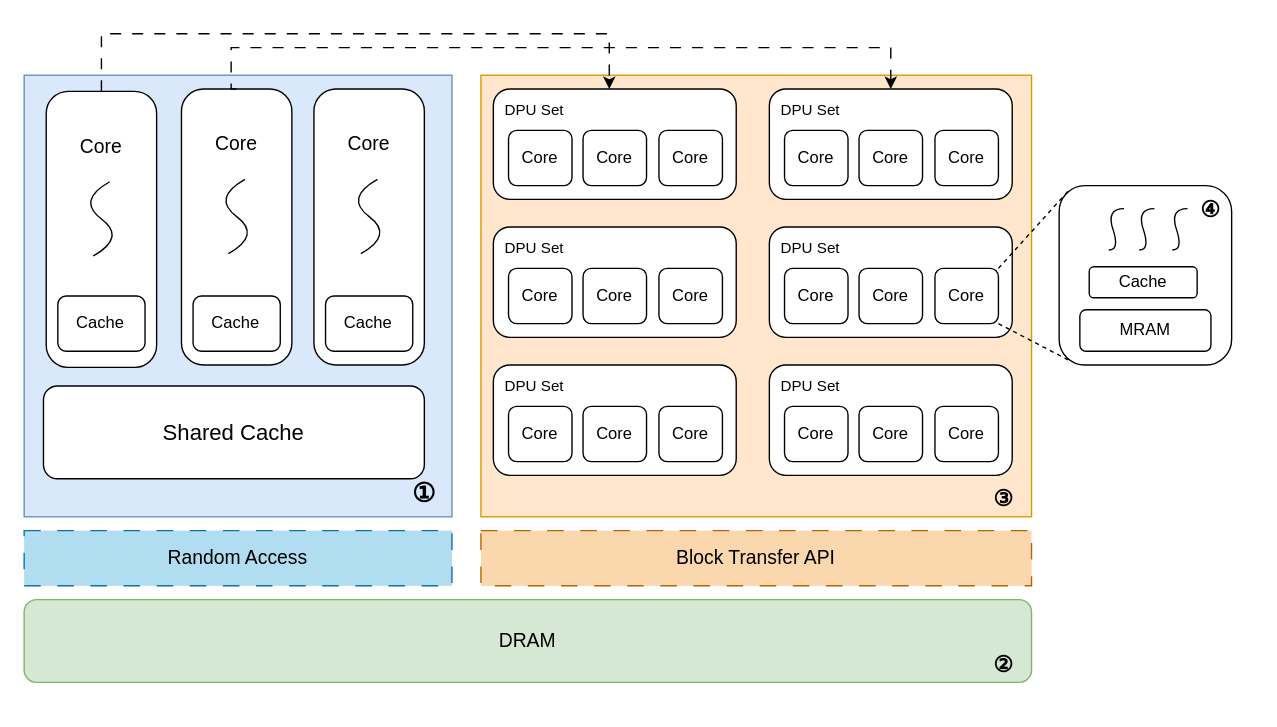
Above: p1.drawio in cnissnzg/picture (draw.io), before the change. Source tidied: cells renumbered, new cells numbered last; positions are measured from the earlier drawing's top-left corner, leaving out a move shared by most shapes. Both pictures are drawn from the tidied source at 138%, with x=0, y=0 at pixel (23, 33).
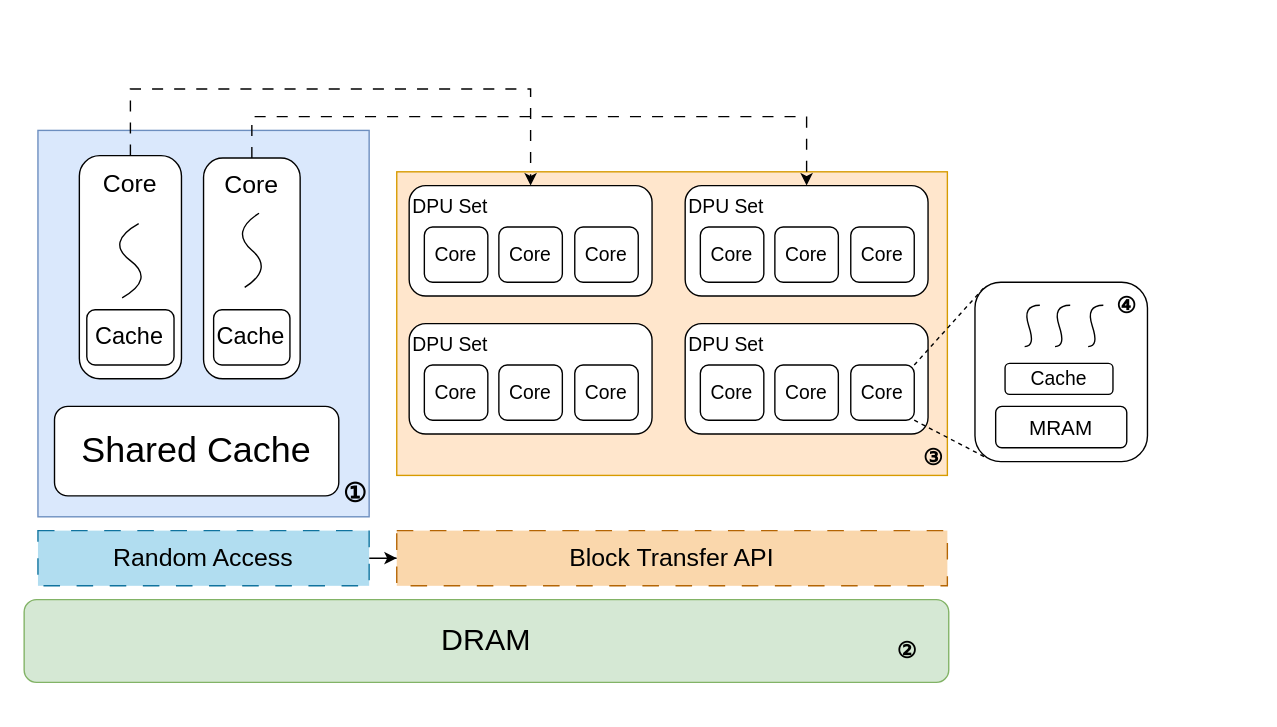
The same diagram, later.

The change refers to these unchanged cells:
```xml
<mxCell id="15" style="rounded=1;whiteSpace=wrap;html=1;" parent="14" vertex="1">
  <mxGeometry width="176" height="80" as="geometry" />
</mxCell>
<mxCell id="21" style="rounded=1;whiteSpace=wrap;html=1;" parent="20" vertex="1">
  <mxGeometry width="176" height="80" as="geometry" />
</mxCell>
```

Diff of the diagram source:
```diff
@@
     <mxCell id="2" style="rounded=0;whiteSpace=wrap;html=1;fillColor=#ffe6cc;strokeColor=#d79b00;" parent="1" vertex="1">
-      <mxGeometry x="331" y="30" width="399" height="320" as="geometry" />
+      <mxGeometry x="270" y="100" width="399" height="220" as="geometry" />
     </mxCell>
     <mxCell id="3" style="rounded=0;whiteSpace=wrap;html=1;fillColor=#dae8fc;strokeColor=#6c8ebf;" parent="1" vertex="1">
-      <mxGeometry y="30" width="310" height="320" as="geometry" />
+      <mxGeometry x="10" y="70" width="240" height="280" as="geometry" />
     </mxCell>
-    <mxCell id="4" value="&lt;font style=&quot;font-size: 16px;&quot;&gt;Shared Cache&lt;/font&gt;" style="rounded=1;whiteSpace=wrap;html=1;" parent="1" vertex="1">
-      <mxGeometry x="14" y="255.2" width="276" height="67.2" as="geometry" />
+    <mxCell id="4" value="&lt;font style=&quot;font-size: 26px;&quot;&gt;Shared Cache&lt;/font&gt;" style="rounded=1;whiteSpace=wrap;html=1;" parent="1" vertex="1">
+      <mxGeometry x="22" y="270" width="206" height="64.8" as="geometry" />
     </mxCell>
-    <mxCell id="5" value="&lt;font style=&quot;font-size: 14px;&quot;&gt;DRAM&lt;/font&gt;" style="rounded=1;whiteSpace=wrap;html=1;fillColor=#d5e8d4;strokeColor=#82b366;" parent="1" vertex="1">
-      <mxGeometry y="410" width="730" height="60" as="geometry" />
+    <mxCell id="5" value="&lt;font style=&quot;font-size: 22px;&quot;&gt;DRAM&lt;/font&gt;" style="rounded=1;whiteSpace=wrap;html=1;fillColor=#d5e8d4;strokeColor=#82b366;" parent="1" vertex="1">
+      <mxGeometry y="410" width="670" height="60" as="geometry" />
     </mxCell>
     <mxCell id="6" style="group;" parent="1" vertex="1">
-      <mxGeometry x="114" y="40" width="80" height="200" as="geometry" />
+      <mxGeometry x="130" y="50" width="70" height="200" as="geometry" />
     </mxCell>
-    <mxCell id="7" value="&lt;font style=&quot;font-size: 14px;&quot;&gt;Core&lt;/font&gt;" style="rounded=1;whiteSpace=wrap;html=1;spacingTop=0;spacingBottom=120;arcSize=20;spacingLeft=0;" parent="6" vertex="1">
-      <mxGeometry width="80" height="200" as="geometry" />
+    <mxCell id="7" value="&lt;font style=&quot;font-size: 18px;&quot;&gt;Core&lt;/font&gt;" style="rounded=1;whiteSpace=wrap;html=1;spacingTop=0;spacingBottom=120;arcSize=20;spacingLeft=0;" parent="6" vertex="1">
+      <mxGeometry y="40" width="70" height="160" as="geometry" />
     </mxCell>
     <mxCell id="8" style="curved=1;endArrow=none;html=1;rounded=0;endFill=0;" parent="6" edge="1">
       <mxGeometry relative="1" as="geometry">
-        <mxPoint x="34" y="119.3" as="sourcePoint" />
-        <mxPoint x="46" y="65.5" as="targetPoint" />
+        <mxPoint x="29.8" y="133.8" as="sourcePoint" />
+        <mxPoint x="40.2" y="80" as="targetPoint" />
         <Array as="points">
-          <mxPoint x="58" y="105.9" />
-          <mxPoint x="22" y="79" />
+          <mxPoint x="50.8" y="120.3" />
+          <mxPoint x="19.2" y="93.4" />
         </Array>
       </mxGeometry>
     </mxCell>
-    <mxCell id="9" value="Cache" style="rounded=1;whiteSpace=wrap;html=1;" parent="6" vertex="1">
-      <mxGeometry x="8.4" y="150" width="63.2" height="40" as="geometry" />
+    <mxCell id="9" value="&lt;font style=&quot;font-size: 17px;&quot;&gt;Cache&lt;/font&gt;" style="rounded=1;whiteSpace=wrap;html=1;" parent="6" vertex="1">
+      <mxGeometry x="7.3" y="150" width="55.3" height="40" as="geometry" />
     </mxCell>
-    <mxCell id="10" style="group;" parent="1" vertex="1">
-      <mxGeometry x="210" y="40" width="80" height="200" as="geometry" />
-    </mxCell>
-    <mxCell id="11" value="&lt;font style=&quot;font-size: 14px;&quot;&gt;Core&lt;/font&gt;" style="rounded=1;whiteSpace=wrap;html=1;spacingTop=0;spacingBottom=120;arcSize=20;spacingLeft=0;" parent="10" vertex="1">
-      <mxGeometry width="80" height="200" as="geometry" />
-    </mxCell>
-    <mxCell id="12" style="curved=1;endArrow=none;html=1;rounded=0;endFill=0;" parent="10" edge="1">
-      <mxGeometry relative="1" as="geometry">
-        <mxPoint x="34" y="119.3" as="sourcePoint" />
-        <mxPoint x="46" y="65.5" as="targetPoint" />
-        <Array as="points">
-          <mxPoint x="58" y="105.9" />
-          <mxPoint x="22" y="79" />
-        </Array>
-      </mxGeometry>
-    </mxCell>
-    <mxCell id="13" value="Cache" style="rounded=1;whiteSpace=wrap;html=1;" parent="10" vertex="1">
-      <mxGeometry x="8.4" y="150" width="63.2" height="40" as="geometry" />
-    </mxCell>
     <mxCell id="14" style="group;" parent="1" vertex="1">
-      <mxGeometry x="340" y="40" width="176" height="80" as="geometry" />
+      <mxGeometry x="279" y="110" width="176" height="80" as="geometry" />
     </mxCell>
@@
-    <mxCell id="16" value="&lt;font style=&quot;font-size: 11px;&quot;&gt;DPU Set&lt;/font&gt;" style="text;html=1;strokeColor=none;fillColor=none;align=center;verticalAlign=middle;whiteSpace=wrap;rounded=0;fontSize=8;" parent="14" vertex="1">
+    <mxCell id="16" value="&lt;font style=&quot;font-size: 14px;&quot;&gt;DPU Set&lt;/font&gt;" style="text;html=1;strokeColor=none;fillColor=none;align=center;verticalAlign=middle;whiteSpace=wrap;rounded=0;fontSize=8;" parent="14" vertex="1">
       <mxGeometry width="60" height="30" as="geometry" />
     </mxCell>
-    <mxCell id="17" value="Core" style="rounded=1;whiteSpace=wrap;html=1;" parent="14" vertex="1">
+    <mxCell id="17" value="&lt;font style=&quot;font-size: 14px;&quot;&gt;Core&lt;/font&gt;" style="rounded=1;whiteSpace=wrap;html=1;" parent="14" vertex="1">
       <mxGeometry x="11" y="30" width="46" height="40" as="geometry" />
     </mxCell>
-    <mxCell id="18" value="Core" style="rounded=1;whiteSpace=wrap;html=1;" parent="14" vertex="1">
+    <mxCell id="18" value="&lt;font style=&quot;font-size: 14px;&quot;&gt;Core&lt;/font&gt;" style="rounded=1;whiteSpace=wrap;html=1;" parent="14" vertex="1">
       <mxGeometry x="65" y="30" width="46" height="40" as="geometry" />
     </mxCell>
-    <mxCell id="19" value="Core" style="rounded=1;whiteSpace=wrap;html=1;" parent="14" vertex="1">
+    <mxCell id="19" value="&lt;font style=&quot;font-size: 14px;&quot;&gt;Core&lt;/font&gt;" style="rounded=1;whiteSpace=wrap;html=1;" parent="14" vertex="1">
       <mxGeometry x="120" y="30" width="46" height="40" as="geometry" />
     </mxCell>
     <mxCell id="20" style="group;" parent="1" vertex="1">
-      <mxGeometry x="540" y="40" width="176" height="80" as="geometry" />
+      <mxGeometry x="479" y="110" width="176" height="80" as="geometry" />
     </mxCell>
@@
-    <mxCell id="22" value="&lt;font style=&quot;font-size: 11px;&quot;&gt;DPU Set&lt;/font&gt;" style="text;html=1;strokeColor=none;fillColor=none;align=center;verticalAlign=middle;whiteSpace=wrap;rounded=0;fontSize=8;" parent="20" vertex="1">
+    <mxCell id="22" value="&lt;font style=&quot;font-size: 14px;&quot;&gt;DPU Set&lt;/font&gt;" style="text;html=1;strokeColor=none;fillColor=none;align=center;verticalAlign=middle;whiteSpace=wrap;rounded=0;fontSize=8;" parent="20" vertex="1">
       <mxGeometry width="60" height="30" as="geometry" />
     </mxCell>
-    <mxCell id="23" value="Core" style="rounded=1;whiteSpace=wrap;html=1;" parent="20" vertex="1">
+    <mxCell id="23" value="&lt;font style=&quot;font-size: 14px;&quot;&gt;Core&lt;/font&gt;" style="rounded=1;whiteSpace=wrap;html=1;" parent="20" vertex="1">
       <mxGeometry x="11" y="30" width="46" height="40" as="geometry" />
     </mxCell>
-    <mxCell id="24" value="Core" style="rounded=1;whiteSpace=wrap;html=1;" parent="20" vertex="1">
+    <mxCell id="24" value="&lt;font style=&quot;font-size: 14px;&quot;&gt;Core&lt;/font&gt;" style="rounded=1;whiteSpace=wrap;html=1;" parent="20" vertex="1">
       <mxGeometry x="65" y="30" width="46" height="40" as="geometry" />
     </mxCell>
-    <mxCell id="25" value="Core" style="rounded=1;whiteSpace=wrap;html=1;" parent="20" vertex="1">
+    <mxCell id="25" value="&lt;font style=&quot;font-size: 14px;&quot;&gt;Core&lt;/font&gt;" style="rounded=1;whiteSpace=wrap;html=1;" parent="20" vertex="1">
       <mxGeometry x="120" y="30" width="46" height="40" as="geometry" />
     </mxCell>
     <mxCell id="26" style="group;" parent="1" vertex="1">
-      <mxGeometry x="340" y="140" width="176" height="80" as="geometry" />
+      <mxGeometry x="279" y="210" width="176" height="80" as="geometry" />
     </mxCell>
@@
-    <mxCell id="28" value="&lt;font style=&quot;font-size: 11px;&quot;&gt;DPU Set&lt;/font&gt;" style="text;html=1;strokeColor=none;fillColor=none;align=center;verticalAlign=middle;whiteSpace=wrap;rounded=0;fontSize=8;" parent="26" vertex="1">
+    <mxCell id="28" value="&lt;font style=&quot;font-size: 14px;&quot;&gt;DPU Set&lt;/font&gt;" style="text;html=1;strokeColor=none;fillColor=none;align=center;verticalAlign=middle;whiteSpace=wrap;rounded=0;fontSize=8;" parent="26" vertex="1">
       <mxGeometry width="60" height="30" as="geometry" />
     </mxCell>
-    <mxCell id="29" value="Core" style="rounded=1;whiteSpace=wrap;html=1;" parent="26" vertex="1">
+    <mxCell id="29" value="&lt;font style=&quot;font-size: 14px;&quot;&gt;Core&lt;/font&gt;" style="rounded=1;whiteSpace=wrap;html=1;" parent="26" vertex="1">
       <mxGeometry x="11" y="30" width="46" height="40" as="geometry" />
     </mxCell>
-    <mxCell id="30" value="Core" style="rounded=1;whiteSpace=wrap;html=1;" parent="26" vertex="1">
+    <mxCell id="30" value="&lt;font style=&quot;font-size: 14px;&quot;&gt;Core&lt;/font&gt;" style="rounded=1;whiteSpace=wrap;html=1;" parent="26" vertex="1">
       <mxGeometry x="65" y="30" width="46" height="40" as="geometry" />
     </mxCell>
-    <mxCell id="31" value="Core" style="rounded=1;whiteSpace=wrap;html=1;" parent="26" vertex="1">
+    <mxCell id="31" value="&lt;font style=&quot;font-size: 14px;&quot;&gt;Core&lt;/font&gt;" style="rounded=1;whiteSpace=wrap;html=1;" parent="26" vertex="1">
       <mxGeometry x="120" y="30" width="46" height="40" as="geometry" />
     </mxCell>
     <mxCell id="32" style="group;" parent="1" vertex="1">
-      <mxGeometry x="540" y="140" width="176" height="80" as="geometry" />
+      <mxGeometry x="479" y="210" width="176" height="80" as="geometry" />
     </mxCell>
@@
-    <mxCell id="34" value="&lt;font style=&quot;font-size: 11px;&quot;&gt;DPU Set&lt;/font&gt;" style="text;html=1;strokeColor=none;fillColor=none;align=center;verticalAlign=middle;whiteSpace=wrap;rounded=0;fontSize=8;" parent="32" vertex="1">
+    <mxCell id="34" value="&lt;font style=&quot;font-size: 14px;&quot;&gt;DPU Set&lt;/font&gt;" style="text;html=1;strokeColor=none;fillColor=none;align=center;verticalAlign=middle;whiteSpace=wrap;rounded=0;fontSize=8;" parent="32" vertex="1">
       <mxGeometry width="60" height="30" as="geometry" />
     </mxCell>
-    <mxCell id="35" value="Core" style="rounded=1;whiteSpace=wrap;html=1;" parent="32" vertex="1">
+    <mxCell id="35" value="&lt;font style=&quot;font-size: 14px;&quot;&gt;Core&lt;/font&gt;" style="rounded=1;whiteSpace=wrap;html=1;" parent="32" vertex="1">
       <mxGeometry x="11" y="30" width="46" height="40" as="geometry" />
     </mxCell>
-    <mxCell id="36" value="Core" style="rounded=1;whiteSpace=wrap;html=1;" parent="32" vertex="1">
+    <mxCell id="36" value="&lt;font style=&quot;font-size: 14px;&quot;&gt;Core&lt;/font&gt;" style="rounded=1;whiteSpace=wrap;html=1;" parent="32" vertex="1">
       <mxGeometry x="65" y="30" width="46" height="40" as="geometry" />
     </mxCell>
-    <mxCell id="37" value="Core" style="rounded=1;whiteSpace=wrap;html=1;" parent="32" vertex="1">
+    <mxCell id="37" value="&lt;font style=&quot;font-size: 14px;&quot;&gt;Core&lt;/font&gt;" style="rounded=1;whiteSpace=wrap;html=1;" parent="32" vertex="1">
       <mxGeometry x="120" y="30" width="46" height="40" as="geometry" />
     </mxCell>
-    <mxCell id="38" style="group;" parent="1" vertex="1">
-      <mxGeometry x="340" y="240" width="176" height="80" as="geometry" />
-    </mxCell>
-    <mxCell id="39" style="rounded=1;whiteSpace=wrap;html=1;" parent="38" vertex="1">
-      <mxGeometry width="176" height="80" as="geometry" />
-    </mxCell>
-    <mxCell id="40" value="&lt;font style=&quot;font-size: 11px;&quot;&gt;DPU Set&lt;/font&gt;" style="text;html=1;strokeColor=none;fillColor=none;align=center;verticalAlign=middle;whiteSpace=wrap;rounded=0;fontSize=8;" parent="38" vertex="1">
-      <mxGeometry width="60" height="30" as="geometry" />
-    </mxCell>
-    <mxCell id="41" value="Core" style="rounded=1;whiteSpace=wrap;html=1;" parent="38" vertex="1">
-      <mxGeometry x="11" y="30" width="46" height="40" as="geometry" />
-    </mxCell>
-    <mxCell id="42" value="Core" style="rounded=1;whiteSpace=wrap;html=1;" parent="38" vertex="1">
-      <mxGeometry x="65" y="30" width="46" height="40" as="geometry" />
-    </mxCell>
-    <mxCell id="43" value="Core" style="rounded=1;whiteSpace=wrap;html=1;" parent="38" vertex="1">
-      <mxGeometry x="120" y="30" width="46" height="40" as="geometry" />
-    </mxCell>
-    <mxCell id="44" style="group;" parent="1" vertex="1">
-      <mxGeometry x="540" y="240" width="176" height="80" as="geometry" />
-    </mxCell>
-    <mxCell id="45" style="rounded=1;whiteSpace=wrap;html=1;" parent="44" vertex="1">
-      <mxGeometry width="176" height="80" as="geometry" />
-    </mxCell>
-    <mxCell id="46" value="&lt;font style=&quot;font-size: 11px;&quot;&gt;DPU Set&lt;/font&gt;" style="text;html=1;strokeColor=none;fillColor=none;align=center;verticalAlign=middle;whiteSpace=wrap;rounded=0;fontSize=8;" parent="44" vertex="1">
-      <mxGeometry width="60" height="30" as="geometry" />
-    </mxCell>
-    <mxCell id="47" value="Core" style="rounded=1;whiteSpace=wrap;html=1;" parent="44" vertex="1">
-      <mxGeometry x="11" y="30" width="46" height="40" as="geometry" />
-    </mxCell>
-    <mxCell id="48" value="Core" style="rounded=1;whiteSpace=wrap;html=1;" parent="44" vertex="1">
-      <mxGeometry x="65" y="30" width="46" height="40" as="geometry" />
-    </mxCell>
-    <mxCell id="49" value="Core" style="rounded=1;whiteSpace=wrap;html=1;" parent="44" vertex="1">
-      <mxGeometry x="120" y="30" width="46" height="40" as="geometry" />
-    </mxCell>
-    <mxCell id="50" style="edgeStyle=orthogonalEdgeStyle;rounded=0;jettySize=auto;html=1;entryX=0.5;entryY=1;entryDx=0;entryDy=0;exitX=0.5;exitY=0;exitDx=0;exitDy=0;dashed=1;dashPattern=8 8;" parent="1" edge="1" source="66">
+    <mxCell id="50" style="edgeStyle=orthogonalEdgeStyle;rounded=0;jettySize=auto;html=1;entryX=0.5;entryY=0;entryDx=0;entryDy=0;exitX=0.5;exitY=0;exitDx=0;exitDy=0;dashed=1;dashPattern=8 8;" parent="1" edge="1" source="66" target="15">
       <mxGeometry relative="1" as="geometry">
-        <mxPoint x="424" y="40" as="targetPoint" />
         <Array as="points">
-          <mxPoint x="56" />
-          <mxPoint x="424" />
+          <mxPoint x="77" y="40" />
+          <mxPoint x="367" y="40" />
         </Array>
       </mxGeometry>
     </mxCell>
     <mxCell id="51" style="edgeStyle=orthogonalEdgeStyle;rounded=0;jettySize=auto;html=1;entryX=0.5;entryY=0;entryDx=0;entryDy=0;exitX=0.5;exitY=0;exitDx=0;exitDy=0;dashed=1;dashPattern=8 8;" parent="1" edge="1" source="7" target="21">
       <mxGeometry relative="1" as="geometry">
         <Array as="points">
-          <mxPoint x="150" y="40" />
-          <mxPoint x="150" y="10" />
-          <mxPoint x="628" y="10" />
+          <mxPoint x="165" y="60" />
+          <mxPoint x="567" y="60" />
         </Array>
       </mxGeometry>
     </mxCell>
@@
+    <mxCell id="69" style="edgeStyle=orthogonalEdgeStyle;rounded=0;jettySize=auto;html=1;" parent="1" edge="1" source="54" target="55">
+      <mxGeometry relative="1" as="geometry" />
+    </mxCell>
-    <mxCell id="54" value="&lt;font style=&quot;font-size: 14px;&quot;&gt;Random Access&lt;/font&gt;" style="rounded=0;whiteSpace=wrap;html=1;shadow=0;dashed=1;dashPattern=12 12;fillColor=#b1ddf0;strokeColor=#10739e;" parent="1" vertex="1">
-      <mxGeometry y="360" width="310" height="40" as="geometry" />
+    <mxCell id="54" value="&lt;font style=&quot;font-size: 18px;&quot;&gt;Random Access&lt;/font&gt;" style="rounded=0;whiteSpace=wrap;html=1;shadow=0;dashed=1;dashPattern=12 12;fillColor=#b1ddf0;strokeColor=#10739e;" parent="1" vertex="1">
+      <mxGeometry x="10" y="360" width="240" height="40" as="geometry" />
     </mxCell>
-    <mxCell id="55" value="&lt;font style=&quot;font-size: 14px;&quot;&gt;Block Transfer API&lt;/font&gt;" style="rounded=0;whiteSpace=wrap;html=1;shadow=0;dashed=1;dashPattern=12 12;fillColor=#fad7ac;strokeColor=#b46504;" parent="1" vertex="1">
-      <mxGeometry x="331" y="360" width="399" height="40" as="geometry" />
+    <mxCell id="55" value="&lt;font style=&quot;font-size: 18px;&quot;&gt;Block Transfer API&lt;/font&gt;" style="rounded=0;whiteSpace=wrap;html=1;shadow=0;dashed=1;dashPattern=12 12;fillColor=#fad7ac;strokeColor=#b46504;" parent="1" vertex="1">
+      <mxGeometry x="270" y="360" width="399" height="40" as="geometry" />
     </mxCell>
     <mxCell id="56" value="&lt;b&gt;&lt;font face=&quot;Comic Sans MS&quot; style=&quot;font-size: 19px;&quot;&gt;①&lt;/font&gt;&lt;/b&gt;" style="text;html=1;strokeColor=none;fillColor=none;align=center;verticalAlign=middle;whiteSpace=wrap;rounded=0;" parent="1" vertex="1">
-      <mxGeometry x="260" y="320" width="60" height="30" as="geometry" />
+      <mxGeometry x="210" y="320" width="60" height="30" as="geometry" />
     </mxCell>
     <mxCell id="57" value="&lt;h1&gt;&lt;font style=&quot;font-size: 16px;&quot;&gt;&lt;b&gt;②&lt;/b&gt;&lt;/font&gt;&lt;/h1&gt;" style="text;html=1;strokeColor=none;fillColor=none;align=center;verticalAlign=middle;whiteSpace=wrap;rounded=0;" parent="1" vertex="1">
-      <mxGeometry x="680" y="440" width="60" height="30" as="geometry" />
+      <mxGeometry x="610" y="430" width="60" height="30" as="geometry" />
     </mxCell>
     <mxCell id="58" value="&lt;h1&gt;&lt;font style=&quot;font-size: 16px;&quot;&gt;&lt;b&gt;③&lt;/b&gt;&lt;/font&gt;&lt;/h1&gt;" style="text;html=1;strokeColor=none;fillColor=none;align=center;verticalAlign=middle;whiteSpace=wrap;rounded=0;" parent="1" vertex="1">
-      <mxGeometry x="680" y="320" width="60" height="30" as="geometry" />
+      <mxGeometry x="629" y="290" width="60" height="30" as="geometry" />
     </mxCell>
     <mxCell id="59" style="rounded=1;whiteSpace=wrap;html=1;" parent="1" vertex="1">
-      <mxGeometry x="750" y="110" width="125" height="130" as="geometry" />
+      <mxGeometry x="689" y="180" width="125" height="130" as="geometry" />
     </mxCell>
-    <mxCell id="60" value="MRAM" style="rounded=1;whiteSpace=wrap;html=1;" parent="1" vertex="1">
-      <mxGeometry x="765" y="200" width="95" height="30" as="geometry" />
+    <mxCell id="60" value="&lt;font style=&quot;font-size: 15px;&quot;&gt;MRAM&lt;/font&gt;" style="rounded=1;whiteSpace=wrap;html=1;" parent="1" vertex="1">
+      <mxGeometry x="704" y="270" width="95" height="30" as="geometry" />
     </mxCell>
-    <mxCell id="61" value="Cache" style="rounded=1;whiteSpace=wrap;html=1;" parent="1" vertex="1">
-      <mxGeometry x="771.8" y="168.8" width="78.2" height="22.5" as="geometry" />
+    <mxCell id="61" value="&lt;font style=&quot;font-size: 14px;&quot;&gt;Cache&lt;/font&gt;" style="rounded=1;whiteSpace=wrap;html=1;" parent="1" vertex="1">
+      <mxGeometry x="710.8" y="238.8" width="78.2" height="22.5" as="geometry" />
     </mxCell>
     <mxCell id="62" style="curved=1;endArrow=none;html=1;rounded=0;endFill=0;" parent="1" edge="1">
       <mxGeometry relative="1" as="geometry">
-        <mxPoint x="786" y="156.7" as="sourcePoint" />
-        <mxPoint x="797" y="126.7" as="targetPoint" />
+        <mxPoint x="725" y="226.7" as="sourcePoint" />
+        <mxPoint x="736" y="196.7" as="targetPoint" />
         <Array as="points">
-          <mxPoint x="794" y="156.7" />
-          <mxPoint x="784" y="126.7" />
+          <mxPoint x="733" y="226.7" />
+          <mxPoint x="723" y="196.7" />
         </Array>
       </mxGeometry>
     </mxCell>
     <mxCell id="63" style="curved=1;endArrow=none;html=1;rounded=0;endFill=0;" parent="1" edge="1">
       <mxGeometry relative="1" as="geometry">
-        <mxPoint x="808" y="156.7" as="sourcePoint" />
-        <mxPoint x="819" y="126.7" as="targetPoint" />
+        <mxPoint x="747" y="226.7" as="sourcePoint" />
+        <mxPoint x="758" y="196.7" as="targetPoint" />
         <Array as="points">
-          <mxPoint x="816" y="156.7" />
-          <mxPoint x="806" y="126.7" />
+          <mxPoint x="755" y="226.7" />
+          <mxPoint x="745" y="196.7" />
         </Array>
       </mxGeometry>
     </mxCell>
     <mxCell id="64" style="curved=1;endArrow=none;html=1;rounded=0;endFill=0;spacingBottom=0;spacing=2;" parent="1" edge="1">
       <mxGeometry relative="1" as="geometry">
-        <mxPoint x="832" y="156.7" as="sourcePoint" />
-        <mxPoint x="843" y="126.7" as="targetPoint" />
+        <mxPoint x="771" y="226.7" as="sourcePoint" />
+        <mxPoint x="782" y="196.7" as="targetPoint" />
         <Array as="points">
-          <mxPoint x="840" y="156.7" />
-          <mxPoint x="830" y="126.7" />
+          <mxPoint x="779" y="226.7" />
+          <mxPoint x="769" y="196.7" />
         </Array>
       </mxGeometry>
     </mxCell>
     <mxCell id="65" value="&lt;h1&gt;&lt;font style=&quot;font-size: 16px;&quot;&gt;&lt;b&gt;④&lt;/b&gt;&lt;/font&gt;&lt;/h1&gt;" style="text;html=1;strokeColor=none;fillColor=none;align=center;verticalAlign=middle;whiteSpace=wrap;rounded=0;" parent="1" vertex="1">
-      <mxGeometry x="830" y="110" width="60" height="30" as="geometry" />
+      <mxGeometry x="769" y="180" width="60" height="30" as="geometry" />
     </mxCell>
-    <mxCell id="66" value="&lt;font style=&quot;font-size: 14px;&quot;&gt;Core&lt;/font&gt;" style="rounded=1;whiteSpace=wrap;html=1;spacingTop=0;spacingBottom=120;arcSize=20;spacingLeft=0;" parent="1" vertex="1">
-      <mxGeometry x="16" y="41.7" width="80" height="200" as="geometry" />
+    <mxCell id="66" value="&lt;font style=&quot;font-size: 18px;&quot;&gt;Core&lt;/font&gt;" style="rounded=1;whiteSpace=wrap;html=1;spacingTop=0;spacingBottom=120;arcSize=20;spacingLeft=0;" parent="1" vertex="1">
+      <mxGeometry x="40" y="88.3" width="74" height="161.7" as="geometry" />
     </mxCell>
+    <mxCell id="70" style="group;" parent="1" vertex="1">
+      <mxGeometry x="40" y="88.3" width="74" height="161.7" as="geometry" />
+    </mxCell>
-    <mxCell id="67" style="curved=1;endArrow=none;html=1;rounded=0;endFill=0;" parent="1" edge="1">
+    <mxCell id="67" style="curved=1;endArrow=none;html=1;rounded=0;endFill=0;" parent="70" edge="1">
       <mxGeometry relative="1" as="geometry">
-        <mxPoint x="50" y="161" as="sourcePoint" />
-        <mxPoint x="62" y="107.2" as="targetPoint" />
+        <mxPoint x="31" y="103" as="sourcePoint" />
+        <mxPoint x="43" y="49.2" as="targetPoint" />
         <Array as="points">
-          <mxPoint x="74" y="147.6" />
-          <mxPoint x="38" y="120.7" />
+          <mxPoint x="55" y="89.5" />
+          <mxPoint x="19" y="62.6" />
         </Array>
       </mxGeometry>
     </mxCell>
-    <mxCell id="68" value="Cache" style="rounded=1;whiteSpace=wrap;html=1;" parent="1" vertex="1">
-      <mxGeometry x="24.4" y="190" width="63.2" height="40" as="geometry" />
+    <mxCell id="68" value="&lt;font style=&quot;font-size: 17px;&quot;&gt;Cache&lt;/font&gt;" style="rounded=1;whiteSpace=wrap;html=1;" parent="70" vertex="1">
+      <mxGeometry x="5.4" y="111.7" width="63.2" height="40" as="geometry" />
     </mxCell>
```
